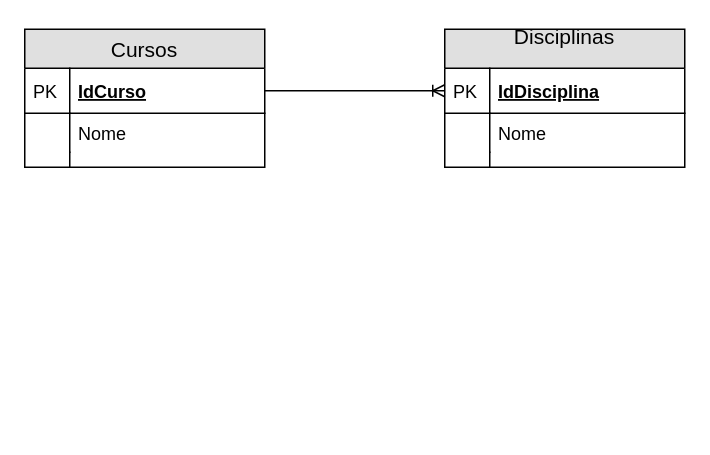
Earlier version of the draw.io diagram page "logico" (2 of 2) of sprint-1-bd/arquivos/conceitual-logico.drawio (corujasdevbr/senai-desenvolvimento-2s2019). Source tidied: cells renumbered, new cells numbered last; positions are measured from the earlier drawing's top-left corner, leaving out a move shared by most shapes. Both pictures are drawn from the tidied source at 150%, with x=0, y=0 at pixel (24, 28).
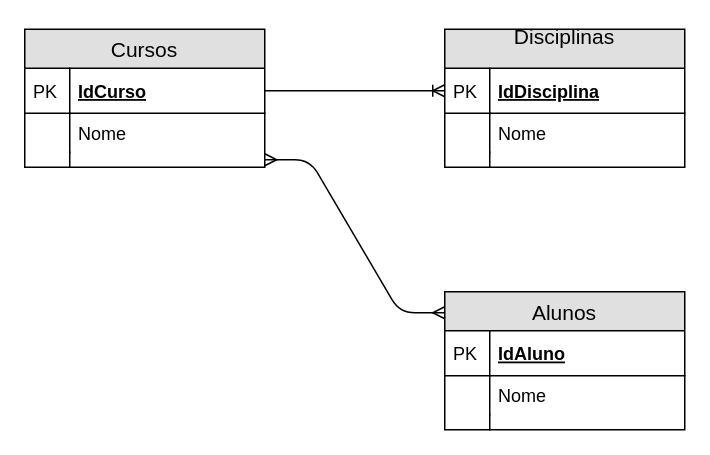
The same page after the edit.

Unchanged cells that the change refers to:
```xml
<mxCell id="14" style="shape=partialRectangle;top=0;left=0;right=0;bottom=0;align=left;verticalAlign=top;fillColor=none;spacingLeft=34;spacingRight=4;overflow=hidden;points=[[0,0.5],[1,0.5]];portConstraint=eastwest;fontSize=12;" parent="9" vertex="1">
  <mxGeometry y="82" width="160" height="10" as="geometry" />
</mxCell>
```

What changed in the source:
```diff
@@
+    <mxCell id="17" value="Alunos" style="swimlane;fontStyle=0;horizontal=1;startSize=26;fillColor=#e0e0e0;swimlaneFillColor=#ffffff;align=center;fontSize=14;" parent="1" vertex="1">
+      <mxGeometry x="280" y="175" width="160" height="92" as="geometry" />
+    </mxCell>
+    <mxCell id="18" value="IdAluno" style="shape=partialRectangle;top=0;left=0;right=0;bottom=1;align=left;verticalAlign=middle;fillColor=none;spacingLeft=34;spacingRight=4;overflow=hidden;fontStyle=5;fontSize=12;" parent="17" vertex="1">
+      <mxGeometry y="26" width="160" height="30" as="geometry" />
+    </mxCell>
+    <mxCell id="19" value="PK" style="shape=partialRectangle;top=0;left=0;bottom=0;fillColor=none;align=left;verticalAlign=middle;spacingLeft=4;spacingRight=4;overflow=hidden;fontSize=12;" parent="18" vertex="1">
+      <mxGeometry width="30" height="30" as="geometry" />
+    </mxCell>
+    <mxCell id="20" value="Nome" style="shape=partialRectangle;top=0;left=0;right=0;bottom=0;align=left;verticalAlign=top;fillColor=none;spacingLeft=34;spacingRight=4;overflow=hidden;fontSize=12;" parent="17" vertex="1">
+      <mxGeometry y="56" width="160" height="26" as="geometry" />
+    </mxCell>
+    <mxCell id="21" style="shape=partialRectangle;top=0;left=0;bottom=0;fillColor=none;align=left;verticalAlign=top;spacingLeft=4;spacingRight=4;overflow=hidden;fontSize=12;" parent="20" vertex="1">
+      <mxGeometry width="30" height="26" as="geometry" />
+    </mxCell>
+    <mxCell id="22" style="shape=partialRectangle;top=0;left=0;right=0;bottom=0;align=left;verticalAlign=top;fillColor=none;spacingLeft=34;spacingRight=4;overflow=hidden;fontSize=12;" parent="17" vertex="1">
+      <mxGeometry y="82" width="160" height="10" as="geometry" />
+    </mxCell>
+    <mxCell id="23" style="shape=partialRectangle;top=0;left=0;bottom=0;fillColor=none;align=left;verticalAlign=top;spacingLeft=4;spacingRight=4;overflow=hidden;fontSize=12;" parent="22" vertex="1">
+      <mxGeometry width="30" height="10" as="geometry" />
+    </mxCell>
+    <mxCell id="24" style="edgeStyle=entityRelationEdgeStyle;fontSize=12;html=1;endArrow=ERmany;startArrow=ERmany;entryX=0;entryY=0.152;entryDx=0;entryDy=0;entryPerimeter=0;" parent="1" edge="1" source="14" target="17">
+      <mxGeometry relative="1" as="geometry" />
+    </mxCell>
```
